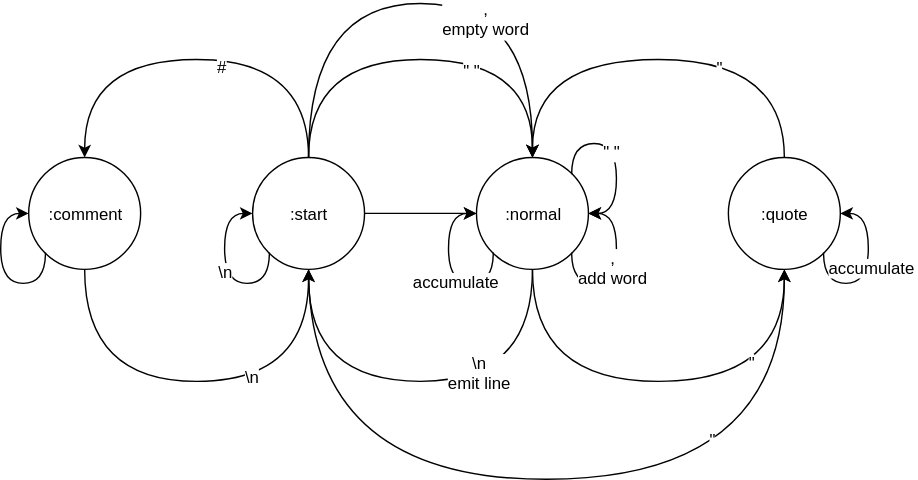
The draw.io diagram doc/csv.svg in paulsonkoly/mealy, before a commit. Source tidied: cells renumbered, new cells last; positions are measured from the earlier drawing's top-left corner, leaving out a move shared by most shapes.
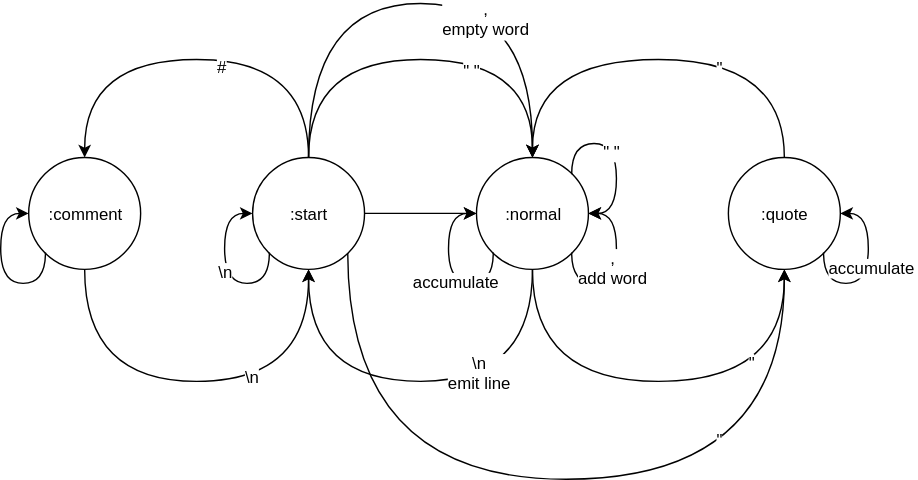
After the change.

Commit message:
Fixed an arrow in the CSV parser diagramm.

The line from start to quote on " had arrow tips on both ends

The edit, as a diff of the source:
```diff
@@ -52,10 +52,10 @@
     <mxCell id="11" style="edgeStyle=orthogonalEdgeStyle;curved=1;rounded=0;html=1;exitX=1;exitY=0.5;entryX=0;entryY=0.5;jettySize=auto;" parent="1" edge="1" source="14" target="19">
       <mxGeometry relative="1" as="geometry" />
     </mxCell>
-    <mxCell id="12" style="edgeStyle=orthogonalEdgeStyle;curved=1;rounded=0;html=1;exitX=0.5;exitY=1;entryX=0.5;entryY=1;jettySize=auto;" parent="1" edge="1" source="14" target="22">
+    <mxCell id="12" style="edgeStyle=orthogonalEdgeStyle;curved=1;rounded=0;html=1;exitX=1;exitY=1;entryX=0.5;entryY=1;jettySize=auto;" parent="1" edge="1" source="14" target="22">
       <mxGeometry relative="1" as="geometry">
         <Array as="points">
-          <mxPoint x="220" y="340" />
+          <mxPoint x="248" y="340" />
           <mxPoint x="560" y="340" />
         </Array>
       </mxGeometry>
```
